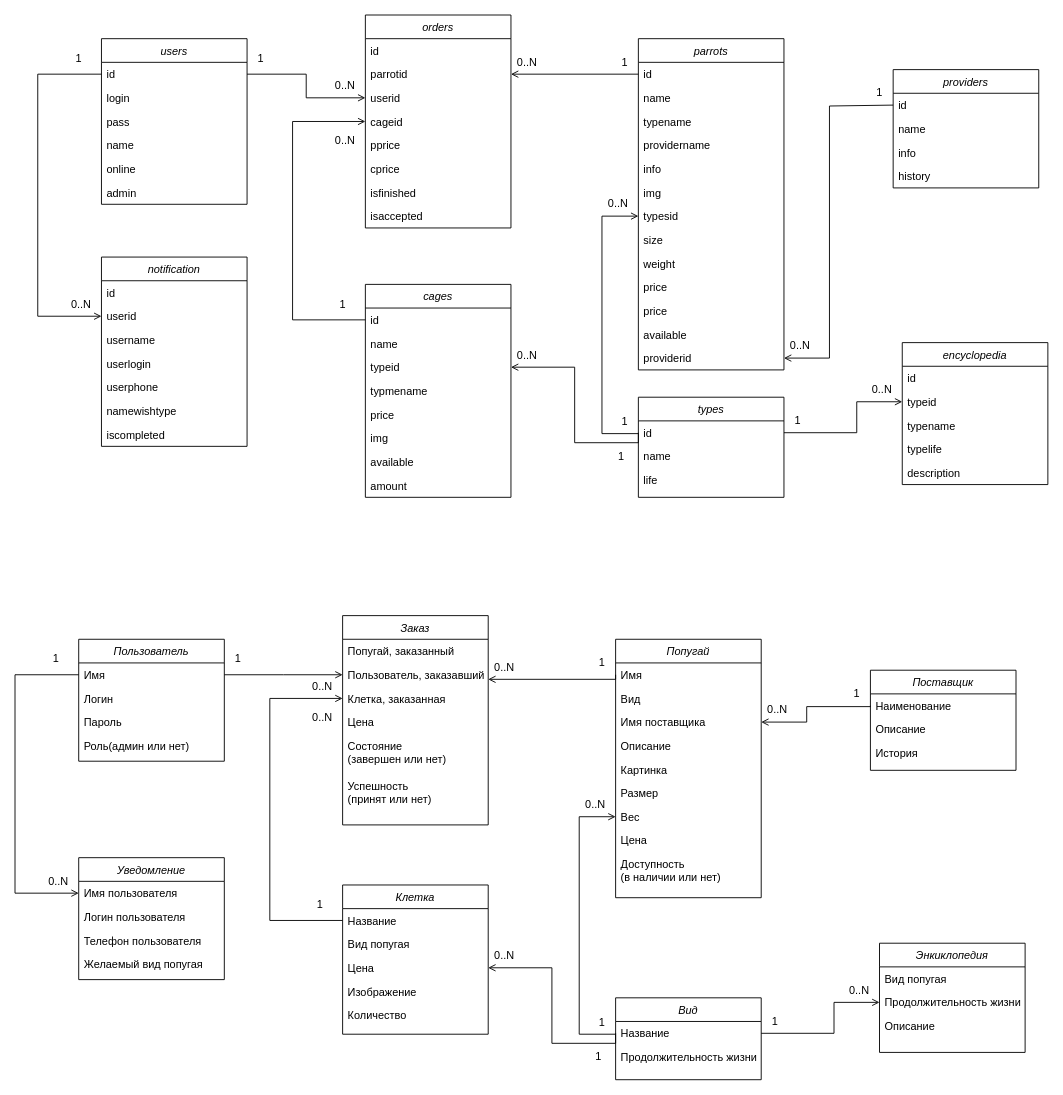
This is documentation/Логическая модель + концептуальная схема.drawio from romankuz19/web-application-coursework, a draw.io file, before an edit. Source tidied: cells renumbered, new cells numbered last; positions are measured from the earlier drawing's top-left corner, leaving out a move shared by most shapes. Both pictures are drawn from the tidied source at 91%, with x=0, y=0 at pixel (15, 15).
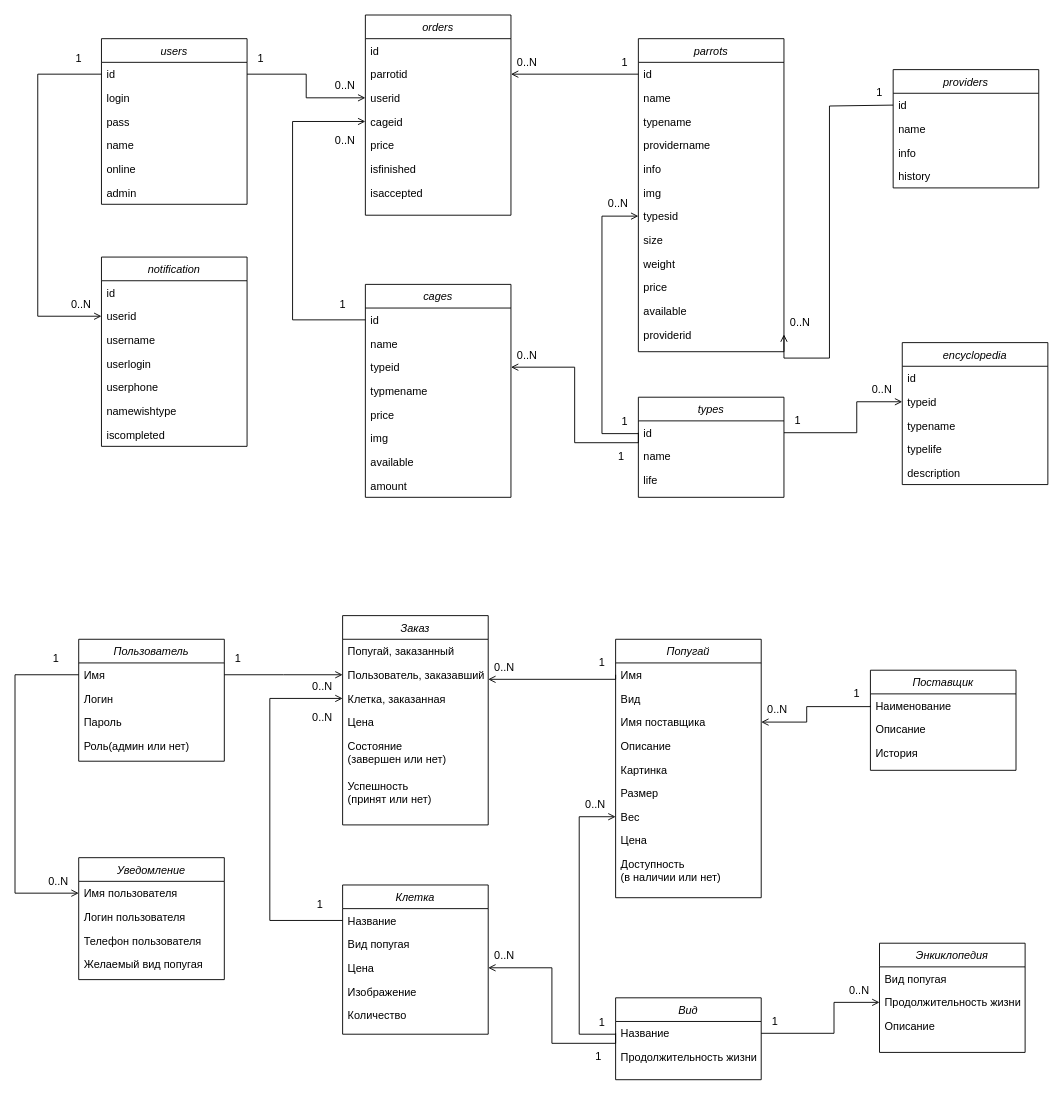
The same diagram, later.

What changed in the source:
```diff
@@
     <mxCell id="20" value="orders" style="swimlane;fontStyle=2;align=center;verticalAlign=top;horizontal=1;startSize=26;rounded=0;shadow=0;strokeWidth=1;" parent="1" vertex="1">
-      <mxGeometry x="385" width="160" height="234" as="geometry" />
+      <mxGeometry x="385" width="160" height="220" as="geometry" />
     </mxCell>
@@
-    <mxCell id="25" value="pprice " style="text;align=left;verticalAlign=top;spacingLeft=4;spacingRight=4;overflow=hidden;rounded=0;shadow=0;html=0;" parent="20" vertex="1">
+    <mxCell id="25" value="price " style="text;align=left;verticalAlign=top;spacingLeft=4;spacingRight=4;overflow=hidden;rounded=0;shadow=0;html=0;" parent="20" vertex="1">
       <mxGeometry y="130" width="160" height="26" as="geometry" />
     </mxCell>
-    <mxCell id="26" value="cprice " style="text;align=left;verticalAlign=top;spacingLeft=4;spacingRight=4;overflow=hidden;rounded=0;shadow=0;html=0;" parent="20" vertex="1">
-      <mxGeometry y="156" width="160" height="26" as="geometry" />
-    </mxCell>
     <mxCell id="27" value="isfinished" style="text;align=left;verticalAlign=top;spacingLeft=4;spacingRight=4;overflow=hidden;rounded=0;shadow=0;html=0;" parent="20" vertex="1">
-      <mxGeometry y="182" width="160" height="26" as="geometry" />
+      <mxGeometry y="156" width="160" height="26" as="geometry" />
     </mxCell>
     <mxCell id="28" value="isaccepted" style="text;align=left;verticalAlign=top;spacingLeft=4;spacingRight=4;overflow=hidden;rounded=0;shadow=0;html=0;" parent="20" vertex="1">
-      <mxGeometry y="208" width="160" height="26" as="geometry" />
+      <mxGeometry y="182" width="160" height="26" as="geometry" />
     </mxCell>
@@
     <mxCell id="44" value="parrots" style="swimlane;fontStyle=2;align=center;verticalAlign=top;horizontal=1;startSize=26;rounded=0;shadow=0;strokeWidth=1;" parent="1" vertex="1">
-      <mxGeometry x="685" y="26" width="160" height="364" as="geometry" />
+      <mxGeometry x="685" y="26" width="160" height="344" as="geometry" />
     </mxCell>
@@
-    <mxCell id="54" value="price" style="text;align=left;verticalAlign=top;spacingLeft=4;spacingRight=4;overflow=hidden;rounded=0;shadow=0;html=0;" parent="44" vertex="1">
-      <mxGeometry y="260" width="160" height="26" as="geometry" />
-    </mxCell>
     <mxCell id="55" value="price" style="text;align=left;verticalAlign=top;spacingLeft=4;spacingRight=4;overflow=hidden;rounded=0;shadow=0;html=0;" parent="44" vertex="1">
-      <mxGeometry y="286" width="160" height="26" as="geometry" />
+      <mxGeometry y="260" width="160" height="26" as="geometry" />
     </mxCell>
     <mxCell id="56" value="available" style="text;align=left;verticalAlign=top;spacingLeft=4;spacingRight=4;overflow=hidden;rounded=0;shadow=0;html=0;" parent="44" vertex="1">
-      <mxGeometry y="312" width="160" height="26" as="geometry" />
+      <mxGeometry y="286" width="160" height="26" as="geometry" />
     </mxCell>
     <mxCell id="57" value="providerid" style="text;align=left;verticalAlign=top;spacingLeft=4;spacingRight=4;overflow=hidden;points=[[0,0.5],[1,0.5]];portConstraint=eastwest;rounded=0;shadow=0;html=0;" parent="44" vertex="1">
-      <mxGeometry y="338" width="160" height="26" as="geometry" />
+      <mxGeometry y="312" width="160" height="26" as="geometry" />
     </mxCell>
```
